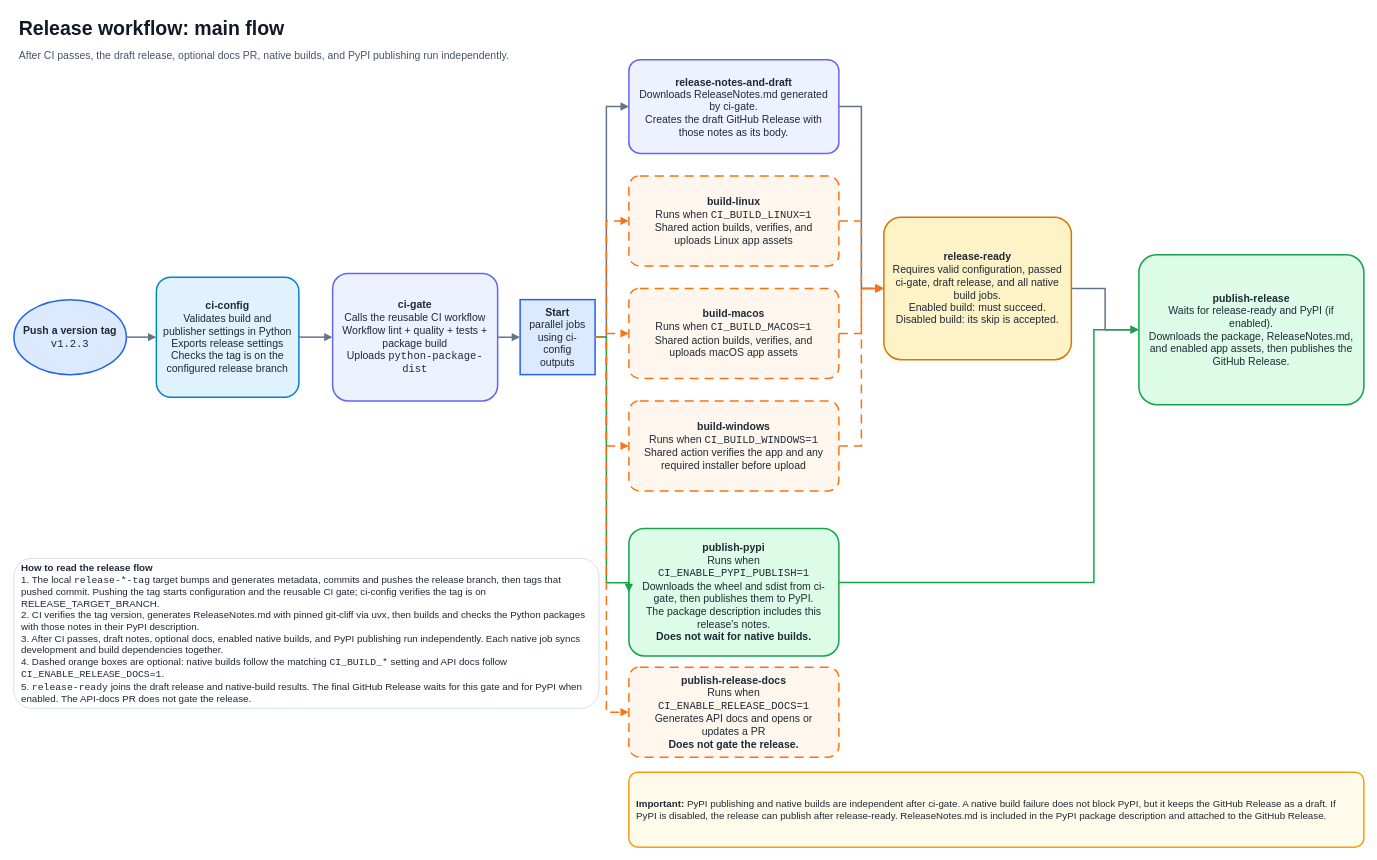
Before: page "2 · Release flow" (2 of 4) of docs/ci-workflows.drawio in GaaabLiz/Python-ci-make-template, a draw.io diagram. Source tidied: cells renumbered, new cells numbered last; positions are measured from the earlier drawing's top-left corner, leaving out a move shared by most shapes. Both pictures are drawn from the tidied source at 75%, with x=0, y=0 at pixel (14, 13).
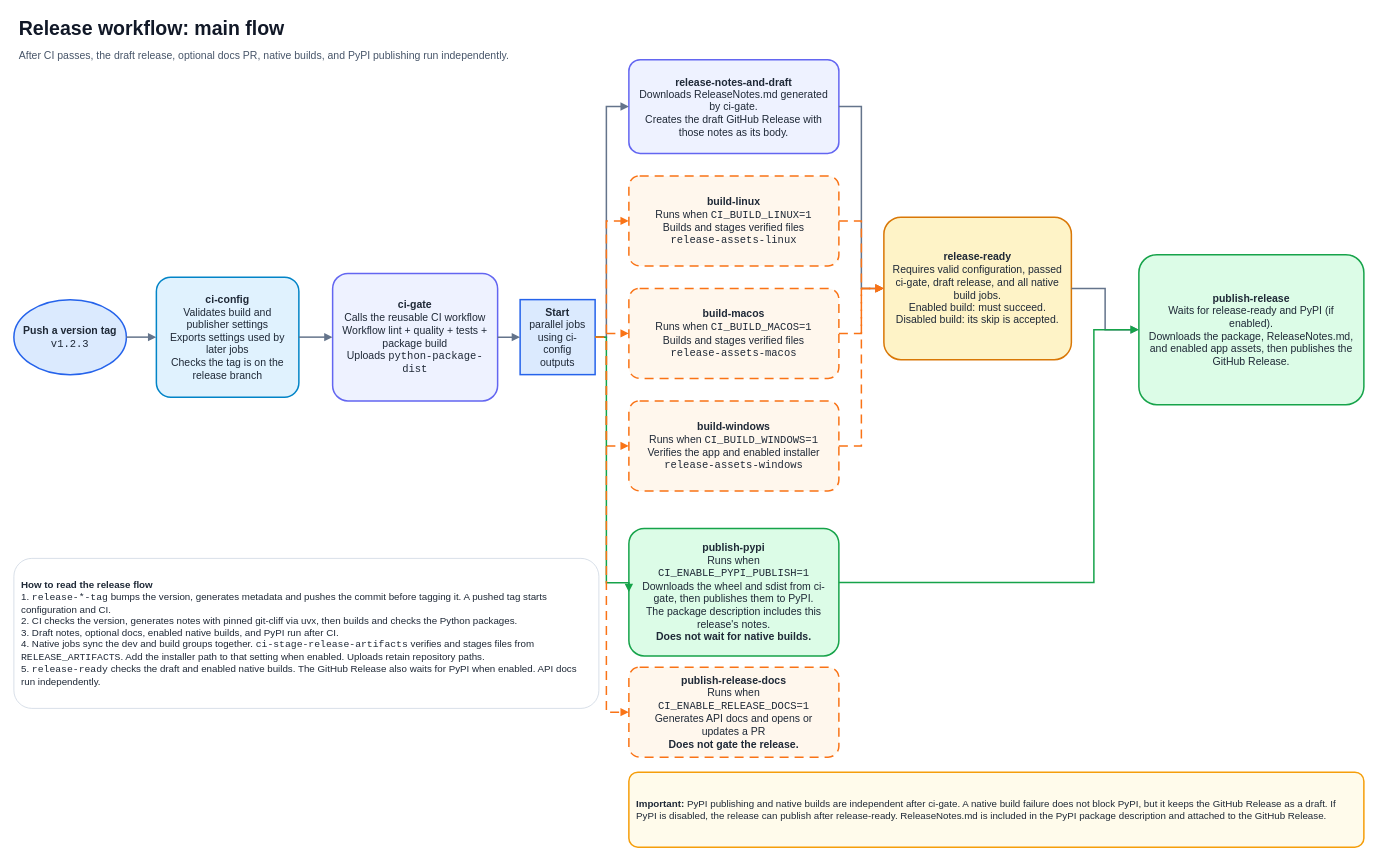
The same diagram, later.

Diff of the diagram source:
```diff
@@
-    <mxCell id="5" value="&lt;b&gt;ci-config&lt;/b&gt;&lt;br&gt;Validates build and publisher settings in Python&lt;br&gt;Exports release settings&lt;br&gt;Checks the tag is on the configured release branch" style="rounded=1;whiteSpace=wrap;html=1;align=center;verticalAlign=middle;fontFamily=Helvetica;fontSize=14;fontColor=#1f2937;spacing=10;fillColor=#e0f2fe;strokeColor=#0284c7;strokeWidth=2;arcSize=12;" parent="1" vertex="1">
+    <mxCell id="5" value="&lt;b&gt;ci-config&lt;/b&gt;&lt;br&gt;Validates build and publisher settings&lt;br&gt;Exports settings used by later jobs&lt;br&gt;Checks the tag is on the release branch" style="rounded=1;whiteSpace=wrap;html=1;align=center;verticalAlign=middle;fontFamily=Helvetica;fontSize=14;fontColor=#1f2937;spacing=10;fillColor=#e0f2fe;strokeColor=#0284c7;strokeWidth=2;arcSize=12;" parent="1" vertex="1">
       <mxGeometry x="190" y="352" width="190" height="160" as="geometry" />
     </mxCell>
@@
-    <mxCell id="9" value="&lt;b&gt;build-linux&lt;/b&gt;&lt;br&gt;Runs when &lt;code&gt;CI_BUILD_LINUX=1&lt;/code&gt;&lt;br&gt;Shared action builds, verifies, and uploads Linux app assets" style="rounded=1;whiteSpace=wrap;html=1;align=center;verticalAlign=middle;fontFamily=Helvetica;fontSize=14;fontColor=#1f2937;spacing=10;fillColor=#fff7ed;strokeColor=#f97316;strokeWidth=2;arcSize=12;dashed=1;dashPattern=6 4;" parent="1" vertex="1">
+    <mxCell id="9" value="&lt;b&gt;build-linux&lt;/b&gt;&lt;br&gt;Runs when &lt;code&gt;CI_BUILD_LINUX=1&lt;/code&gt;&lt;br&gt;Builds and stages verified files&lt;br&gt;&lt;code&gt;release-assets-linux&lt;/code&gt;" style="rounded=1;whiteSpace=wrap;html=1;align=center;verticalAlign=middle;fontFamily=Helvetica;fontSize=14;fontColor=#1f2937;spacing=10;fillColor=#fff7ed;strokeColor=#f97316;strokeWidth=2;arcSize=12;dashed=1;dashPattern=6 4;" parent="1" vertex="1">
       <mxGeometry x="820" y="217" width="280" height="120" as="geometry" />
     </mxCell>
-    <mxCell id="10" value="&lt;b&gt;build-macos&lt;/b&gt;&lt;br&gt;Runs when &lt;code&gt;CI_BUILD_MACOS=1&lt;/code&gt;&lt;br&gt;Shared action builds, verifies, and uploads macOS app assets" style="rounded=1;whiteSpace=wrap;html=1;align=center;verticalAlign=middle;fontFamily=Helvetica;fontSize=14;fontColor=#1f2937;spacing=10;fillColor=#fff7ed;strokeColor=#f97316;strokeWidth=2;arcSize=12;dashed=1;dashPattern=6 4;" parent="1" vertex="1">
+    <mxCell id="10" value="&lt;b&gt;build-macos&lt;/b&gt;&lt;br&gt;Runs when &lt;code&gt;CI_BUILD_MACOS=1&lt;/code&gt;&lt;br&gt;Builds and stages verified files&lt;br&gt;&lt;code&gt;release-assets-macos&lt;/code&gt;" style="rounded=1;whiteSpace=wrap;html=1;align=center;verticalAlign=middle;fontFamily=Helvetica;fontSize=14;fontColor=#1f2937;spacing=10;fillColor=#fff7ed;strokeColor=#f97316;strokeWidth=2;arcSize=12;dashed=1;dashPattern=6 4;" parent="1" vertex="1">
       <mxGeometry x="820" y="367" width="280" height="120" as="geometry" />
     </mxCell>
-    <mxCell id="11" value="&lt;b&gt;build-windows&lt;/b&gt;&lt;br&gt;Runs when &lt;code&gt;CI_BUILD_WINDOWS=1&lt;/code&gt;&lt;br&gt;Shared action verifies the app and any required installer before upload" style="rounded=1;whiteSpace=wrap;html=1;align=center;verticalAlign=middle;fontFamily=Helvetica;fontSize=14;fontColor=#1f2937;spacing=10;fillColor=#fff7ed;strokeColor=#f97316;strokeWidth=2;arcSize=12;dashed=1;dashPattern=6 4;" parent="1" vertex="1">
+    <mxCell id="11" value="&lt;b&gt;build-windows&lt;/b&gt;&lt;br&gt;Runs when &lt;code&gt;CI_BUILD_WINDOWS=1&lt;/code&gt;&lt;br&gt;Verifies the app and enabled installer&lt;br&gt;&lt;code&gt;release-assets-windows&lt;/code&gt;" style="rounded=1;whiteSpace=wrap;html=1;align=center;verticalAlign=middle;fontFamily=Helvetica;fontSize=14;fontColor=#1f2937;spacing=10;fillColor=#fff7ed;strokeColor=#f97316;strokeWidth=2;arcSize=12;dashed=1;dashPattern=6 4;" parent="1" vertex="1">
       <mxGeometry x="820" y="517" width="280" height="120" as="geometry" />
     </mxCell>
@@
-    <mxCell id="17" value="&lt;b&gt;How to read the release flow&lt;/b&gt;&lt;br&gt;1. The local &lt;code&gt;release-*-tag&lt;/code&gt; target bumps and generates metadata, commits and pushes the release branch, then tags that pushed commit. Pushing the tag starts configuration and the reusable CI gate; ci-config verifies the tag is on RELEASE_TARGET_BRANCH.&lt;br&gt;2. CI verifies the tag version, generates ReleaseNotes.md with pinned git-cliff via uvx, then builds and checks the Python packages with those notes in their PyPI description.&lt;br&gt;3. After CI passes, draft notes, optional docs, enabled native builds, and PyPI publishing run independently. Each native job syncs development and build dependencies together.&lt;br&gt;4. Dashed orange boxes are optional: native builds follow the matching &lt;code&gt;CI_BUILD_*&lt;/code&gt; setting and API docs follow &lt;code&gt;CI_ENABLE_RELEASE_DOCS=1&lt;/code&gt;.&lt;br&gt;5. &lt;code&gt;release-ready&lt;/code&gt; joins the draft release and native-build results. The final GitHub Release waits for this gate and for PyPI when enabled. The API-docs PR does not gate the release." style="rounded=1;whiteSpace=wrap;html=1;align=center;verticalAlign=middle;fontFamily=Helvetica;fontSize=14;fontColor=#1f2937;spacing=10;fillColor=#ffffff;strokeColor=#cbd5e1;strokeWidth=2;arcSize=12;align=left;fontSize=13;strokeWidth=1;" parent="1" vertex="1">
+    <mxCell id="17" value="&lt;b&gt;How to read the release flow&lt;/b&gt;&lt;br&gt;1. &lt;code&gt;release-*-tag&lt;/code&gt; bumps the version, generates metadata and pushes the commit before tagging it. A pushed tag starts configuration and CI.&lt;br&gt;2. CI checks the version, generates notes with pinned git-cliff via uvx, then builds and checks the Python packages.&lt;br&gt;3. Draft notes, optional docs, enabled native builds, and PyPI run after CI.&lt;br&gt;4. Native jobs sync the dev and build groups together. &lt;code&gt;ci-stage-release-artifacts&lt;/code&gt; verifies and stages files from &lt;code&gt;RELEASE_ARTIFACTS&lt;/code&gt;. Add the installer path to that setting when enabled. Uploads retain repository paths.&lt;br&gt;5. &lt;code&gt;release-ready&lt;/code&gt; checks the draft and enabled native builds. The GitHub Release also waits for PyPI when enabled. API docs run independently." style="rounded=1;whiteSpace=wrap;html=1;align=center;verticalAlign=middle;fontFamily=Helvetica;fontSize=14;fontColor=#1f2937;spacing=10;fillColor=#ffffff;strokeColor=#cbd5e1;strokeWidth=2;arcSize=12;align=left;fontSize=13;strokeWidth=1;" parent="1" vertex="1">
       <mxGeometry y="727" width="780" height="200" as="geometry" />
     </mxCell>
```
